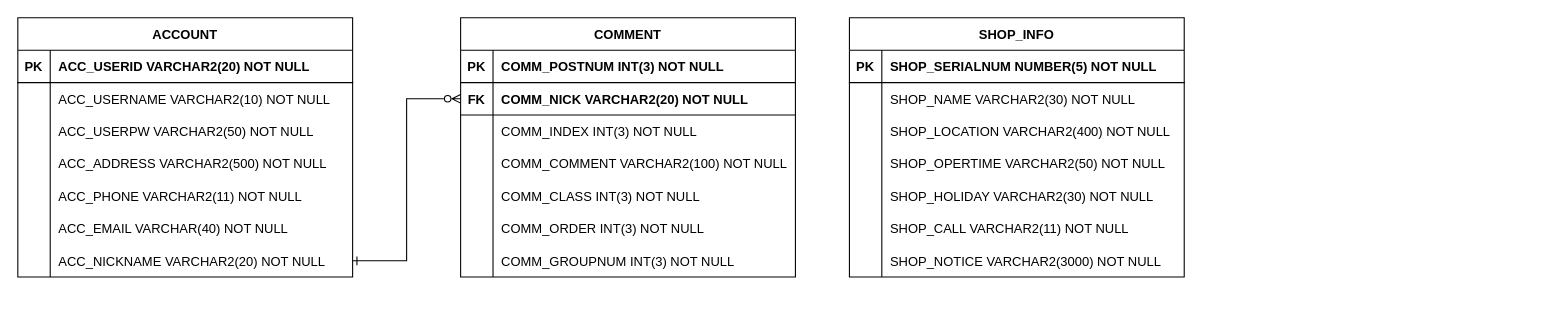
Above: page "ENGLISH" (1 of 2) of ERD_capstone.drawio in jgy2808/TERM_Project (draw.io), before the change. Source tidied: cells renumbered, new cells numbered last; positions are measured from the earlier drawing's top-left corner, leaving out a move shared by most shapes. Both pictures are drawn from the tidied source at 108%, with x=0, y=0 at pixel (17, 17).
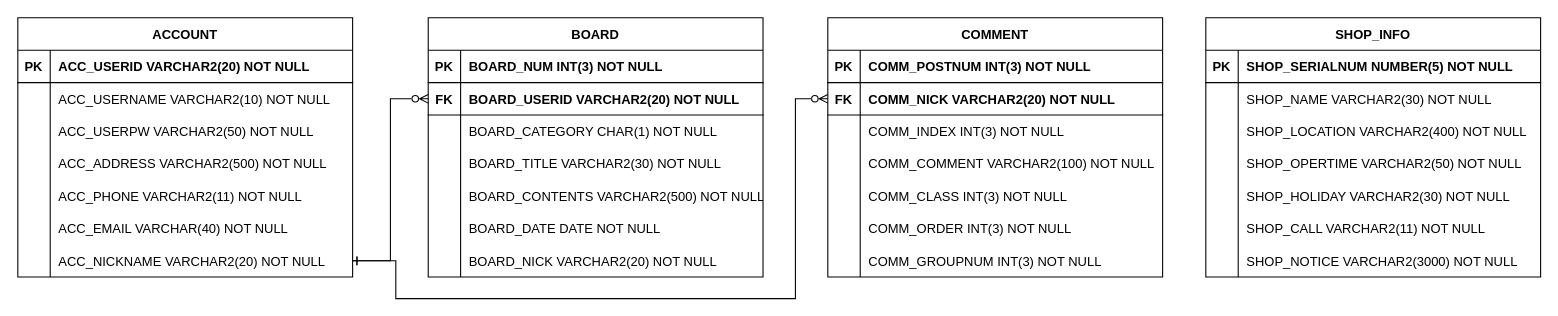
The same page after the edit.

Unchanged cells that the change refers to:
```xml
<mxCell id="21" style="shape=partialRectangle;fillColor=none;points=[[0,0.5],[1,0.5]];portConstraint=eastwest;top=0;left=0;right=0;bottom=0;" parent="2" vertex="1">
  <mxGeometry y="210" width="310" height="30" as="geometry" />
</mxCell>
<mxCell id="25" style="shape=partialRectangle;fillColor=none;top=0;left=0;right=0;bottom=1;" parent="24" vertex="1">
  <mxGeometry y="30" width="310" height="30" as="geometry" />
</mxCell>
<mxCell id="28" style="shape=partialRectangle;fillColor=none;points=[[0,0.5],[1,0.5]];portConstraint=eastwest;top=0;left=0;right=0;bottom=1;" parent="24" vertex="1">
  <mxGeometry y="60" width="310" height="30" as="geometry" />
</mxCell>
<mxCell id="31" style="shape=partialRectangle;fillColor=none;top=0;left=0;right=0;bottom=0;" parent="24" vertex="1">
  <mxGeometry y="90" width="310" height="30" as="geometry" />
</mxCell>
<mxCell id="34" style="shape=partialRectangle;fillColor=none;top=0;left=0;right=0;bottom=0;" parent="24" vertex="1">
  <mxGeometry y="120" width="310" height="30" as="geometry" />
</mxCell>
<mxCell id="37" style="shape=partialRectangle;fillColor=none;top=0;left=0;right=0;bottom=0;" parent="24" vertex="1">
  <mxGeometry y="150" width="310" height="30" as="geometry" />
</mxCell>
<mxCell id="40" style="shape=partialRectangle;fillColor=none;top=0;left=0;right=0;bottom=0;" parent="24" vertex="1">
  <mxGeometry y="180" width="310" height="30" as="geometry" />
</mxCell>
<mxCell id="43" style="shape=partialRectangle;fillColor=none;top=0;left=0;right=0;bottom=0;" parent="24" vertex="1">
  <mxGeometry y="210" width="310" height="30" as="geometry" />
</mxCell>
```

Change to the diagram source:
```diff
@@
-    <mxCell id="24" value="COMMENT" style="shape=table;startSize=30;childLayout=tableLayout;rowLines=0;fontStyle=1;align=center;" parent="1" vertex="1">
-      <mxGeometry x="410" width="310" height="240" as="geometry" />
+    <mxCell id="24" value="BOARD" style="shape=table;startSize=30;childLayout=tableLayout;rowLines=0;fontStyle=1;align=center;" parent="1" vertex="1">
+      <mxGeometry x="380" width="310" height="240" as="geometry" />
     </mxCell>
@@
-    <mxCell id="27" value="COMM_POSTNUM INT(3) NOT NULL" style="shape=partialRectangle;overflow=hidden;fillColor=none;top=0;left=0;bottom=0;right=0;align=left;spacingLeft=6;fontStyle=1;" parent="25" vertex="1">
+    <mxCell id="27" value="BOARD_NUM INT(3) NOT NULL" style="shape=partialRectangle;overflow=hidden;fillColor=none;top=0;left=0;bottom=0;right=0;align=left;spacingLeft=6;fontStyle=1;" parent="25" vertex="1">
       <mxGeometry x="30" width="280" height="30" as="geometry" />
     </mxCell>
@@
-    <mxCell id="30" value="COMM_NICK VARCHAR2(20) NOT NULL" style="shape=partialRectangle;overflow=hidden;fillColor=none;top=0;left=0;bottom=0;right=0;align=left;spacingLeft=6;fontStyle=1;" parent="28" vertex="1">
+    <mxCell id="30" value="BOARD_USERID VARCHAR2(20) NOT NULL" style="shape=partialRectangle;overflow=hidden;fillColor=none;top=0;left=0;bottom=0;right=0;align=left;spacingLeft=6;fontStyle=1;" parent="28" vertex="1">
       <mxGeometry x="30" width="280" height="30" as="geometry" />
     </mxCell>
@@
-    <mxCell id="33" value="COMM_INDEX INT(3) NOT NULL" style="shape=partialRectangle;overflow=hidden;fillColor=none;top=0;left=0;bottom=0;right=0;align=left;spacingLeft=6;" parent="31" vertex="1">
+    <mxCell id="33" value="BOARD_CATEGORY CHAR(1) NOT NULL" style="shape=partialRectangle;overflow=hidden;fillColor=none;top=0;left=0;bottom=0;right=0;align=left;spacingLeft=6;" parent="31" vertex="1">
       <mxGeometry x="30" width="280" height="30" as="geometry" />
     </mxCell>
@@
-    <mxCell id="36" value="COMM_COMMENT VARCHAR2(100) NOT NULL" style="shape=partialRectangle;overflow=hidden;fillColor=none;top=0;left=0;bottom=0;right=0;align=left;spacingLeft=6;" parent="34" vertex="1">
+    <mxCell id="36" value="BOARD_TITLE VARCHAR2(30) NOT NULL" style="shape=partialRectangle;overflow=hidden;fillColor=none;top=0;left=0;bottom=0;right=0;align=left;spacingLeft=6;" parent="34" vertex="1">
       <mxGeometry x="30" width="280" height="30" as="geometry" />
     </mxCell>
@@
-    <mxCell id="39" value="COMM_CLASS INT(3) NOT NULL" style="shape=partialRectangle;overflow=hidden;fillColor=none;top=0;left=0;bottom=0;right=0;align=left;spacingLeft=6;" parent="37" vertex="1">
+    <mxCell id="39" value="BOARD_CONTENTS VARCHAR2(500) NOT NULL" style="shape=partialRectangle;overflow=hidden;fillColor=none;top=0;left=0;bottom=0;right=0;align=left;spacingLeft=6;" parent="37" vertex="1">
       <mxGeometry x="30" width="280" height="30" as="geometry" />
     </mxCell>
@@
-    <mxCell id="42" value="COMM_ORDER INT(3) NOT NULL" style="shape=partialRectangle;overflow=hidden;fillColor=none;top=0;left=0;bottom=0;right=0;align=left;spacingLeft=6;" parent="40" vertex="1">
+    <mxCell id="42" value="BOARD_DATE DATE NOT NULL" style="shape=partialRectangle;overflow=hidden;fillColor=none;top=0;left=0;bottom=0;right=0;align=left;spacingLeft=6;" parent="40" vertex="1">
       <mxGeometry x="30" width="280" height="30" as="geometry" />
     </mxCell>
@@
-    <mxCell id="45" value="COMM_GROUPNUM INT(3) NOT NULL" style="shape=partialRectangle;overflow=hidden;fillColor=none;top=0;left=0;bottom=0;right=0;align=left;spacingLeft=6;" parent="43" vertex="1">
+    <mxCell id="45" value="BOARD_NICK VARCHAR2(20) NOT NULL" style="shape=partialRectangle;overflow=hidden;fillColor=none;top=0;left=0;bottom=0;right=0;align=left;spacingLeft=6;" parent="43" vertex="1">
       <mxGeometry x="30" width="280" height="30" as="geometry" />
     </mxCell>
     <mxCell id="46" value="SHOP_INFO" style="shape=table;startSize=30;childLayout=tableLayout;rowLines=0;fontStyle=1;align=center;" parent="1" vertex="1">
-      <mxGeometry x="770" width="310" height="240" as="geometry" />
+      <mxGeometry x="1100" width="310" height="240" as="geometry" />
     </mxCell>
@@
+    <mxCell id="69" value="COMMENT" style="shape=table;startSize=30;childLayout=tableLayout;rowLines=0;fontStyle=1;align=center;" parent="1" vertex="1">
+      <mxGeometry x="750" width="310" height="240" as="geometry" />
+    </mxCell>
+    <mxCell id="70" style="shape=partialRectangle;fillColor=none;top=0;left=0;right=0;bottom=1;" parent="69" vertex="1">
+      <mxGeometry y="30" width="310" height="30" as="geometry" />
+    </mxCell>
+    <mxCell id="71" value="PK" style="shape=partialRectangle;overflow=hidden;fillColor=none;top=0;left=0;bottom=0;right=0;fontStyle=1;" parent="70" vertex="1">
+      <mxGeometry width="30" height="30" as="geometry" />
+    </mxCell>
+    <mxCell id="72" value="COMM_POSTNUM INT(3) NOT NULL" style="shape=partialRectangle;overflow=hidden;fillColor=none;top=0;left=0;bottom=0;right=0;align=left;spacingLeft=6;fontStyle=1;" parent="70" vertex="1">
+      <mxGeometry x="30" width="280" height="30" as="geometry" />
+    </mxCell>
+    <mxCell id="73" style="shape=partialRectangle;fillColor=none;points=[[0,0.5],[1,0.5]];portConstraint=eastwest;top=0;left=0;right=0;bottom=1;" parent="69" vertex="1">
+      <mxGeometry y="60" width="310" height="30" as="geometry" />
+    </mxCell>
+    <mxCell id="74" value="FK" style="shape=partialRectangle;overflow=hidden;fillColor=none;top=0;left=0;bottom=0;right=0;fontStyle=1;" parent="73" vertex="1">
+      <mxGeometry width="30" height="30" as="geometry" />
+    </mxCell>
+    <mxCell id="75" value="COMM_NICK VARCHAR2(20) NOT NULL" style="shape=partialRectangle;overflow=hidden;fillColor=none;top=0;left=0;bottom=0;right=0;align=left;spacingLeft=6;fontStyle=1;" parent="73" vertex="1">
+      <mxGeometry x="30" width="280" height="30" as="geometry" />
+    </mxCell>
+    <mxCell id="76" style="shape=partialRectangle;fillColor=none;top=0;left=0;right=0;bottom=0;" parent="69" vertex="1">
+      <mxGeometry y="90" width="310" height="30" as="geometry" />
+    </mxCell>
+    <mxCell id="77" style="shape=partialRectangle;overflow=hidden;fillColor=none;top=0;left=0;bottom=0;right=0;" parent="76" vertex="1">
+      <mxGeometry width="30" height="30" as="geometry" />
+    </mxCell>
+    <mxCell id="78" value="COMM_INDEX INT(3) NOT NULL" style="shape=partialRectangle;overflow=hidden;fillColor=none;top=0;left=0;bottom=0;right=0;align=left;spacingLeft=6;" parent="76" vertex="1">
+      <mxGeometry x="30" width="280" height="30" as="geometry" />
+    </mxCell>
+    <mxCell id="79" style="shape=partialRectangle;fillColor=none;top=0;left=0;right=0;bottom=0;" parent="69" vertex="1">
+      <mxGeometry y="120" width="310" height="30" as="geometry" />
+    </mxCell>
+    <mxCell id="80" style="shape=partialRectangle;overflow=hidden;fillColor=none;top=0;left=0;bottom=0;right=0;" parent="79" vertex="1">
+      <mxGeometry width="30" height="30" as="geometry" />
+    </mxCell>
+    <mxCell id="81" value="COMM_COMMENT VARCHAR2(100) NOT NULL" style="shape=partialRectangle;overflow=hidden;fillColor=none;top=0;left=0;bottom=0;right=0;align=left;spacingLeft=6;" parent="79" vertex="1">
+      <mxGeometry x="30" width="280" height="30" as="geometry" />
+    </mxCell>
+    <mxCell id="82" style="shape=partialRectangle;fillColor=none;top=0;left=0;right=0;bottom=0;" parent="69" vertex="1">
+      <mxGeometry y="150" width="310" height="30" as="geometry" />
+    </mxCell>
+    <mxCell id="83" style="shape=partialRectangle;overflow=hidden;fillColor=none;top=0;left=0;bottom=0;right=0;" parent="82" vertex="1">
+      <mxGeometry width="30" height="30" as="geometry" />
+    </mxCell>
+    <mxCell id="84" value="COMM_CLASS INT(3) NOT NULL" style="shape=partialRectangle;overflow=hidden;fillColor=none;top=0;left=0;bottom=0;right=0;align=left;spacingLeft=6;" parent="82" vertex="1">
+      <mxGeometry x="30" width="280" height="30" as="geometry" />
+    </mxCell>
+    <mxCell id="85" style="shape=partialRectangle;fillColor=none;top=0;left=0;right=0;bottom=0;" parent="69" vertex="1">
+      <mxGeometry y="180" width="310" height="30" as="geometry" />
+    </mxCell>
+    <mxCell id="86" style="shape=partialRectangle;overflow=hidden;fillColor=none;top=0;left=0;bottom=0;right=0;" parent="85" vertex="1">
+      <mxGeometry width="30" height="30" as="geometry" />
+    </mxCell>
+    <mxCell id="87" value="COMM_ORDER INT(3) NOT NULL" style="shape=partialRectangle;overflow=hidden;fillColor=none;top=0;left=0;bottom=0;right=0;align=left;spacingLeft=6;" parent="85" vertex="1">
+      <mxGeometry x="30" width="280" height="30" as="geometry" />
+    </mxCell>
+    <mxCell id="88" style="shape=partialRectangle;fillColor=none;top=0;left=0;right=0;bottom=0;" parent="69" vertex="1">
+      <mxGeometry y="210" width="310" height="30" as="geometry" />
+    </mxCell>
+    <mxCell id="89" style="shape=partialRectangle;overflow=hidden;fillColor=none;top=0;left=0;bottom=0;right=0;" parent="88" vertex="1">
+      <mxGeometry width="30" height="30" as="geometry" />
+    </mxCell>
+    <mxCell id="90" value="COMM_GROUPNUM INT(3) NOT NULL" style="shape=partialRectangle;overflow=hidden;fillColor=none;top=0;left=0;bottom=0;right=0;align=left;spacingLeft=6;" parent="88" vertex="1">
+      <mxGeometry x="30" width="280" height="30" as="geometry" />
+    </mxCell>
+    <mxCell id="91" style="edgeStyle=orthogonalEdgeStyle;rounded=0;jettySize=auto;html=1;exitX=1;exitY=0.5;exitDx=0;exitDy=0;entryX=0;entryY=0.5;entryDx=0;entryDy=0;endArrow=ERzeroToMany;endFill=0;startArrow=ERone;startFill=0;" parent="1" edge="1" source="21" target="73">
+      <mxGeometry relative="1" as="geometry">
+        <Array as="points">
+          <mxPoint x="350" y="225" />
+          <mxPoint x="350" y="260" />
+          <mxPoint x="720" y="260" />
+          <mxPoint x="720" y="75" />
+        </Array>
+      </mxGeometry>
+    </mxCell>
```
